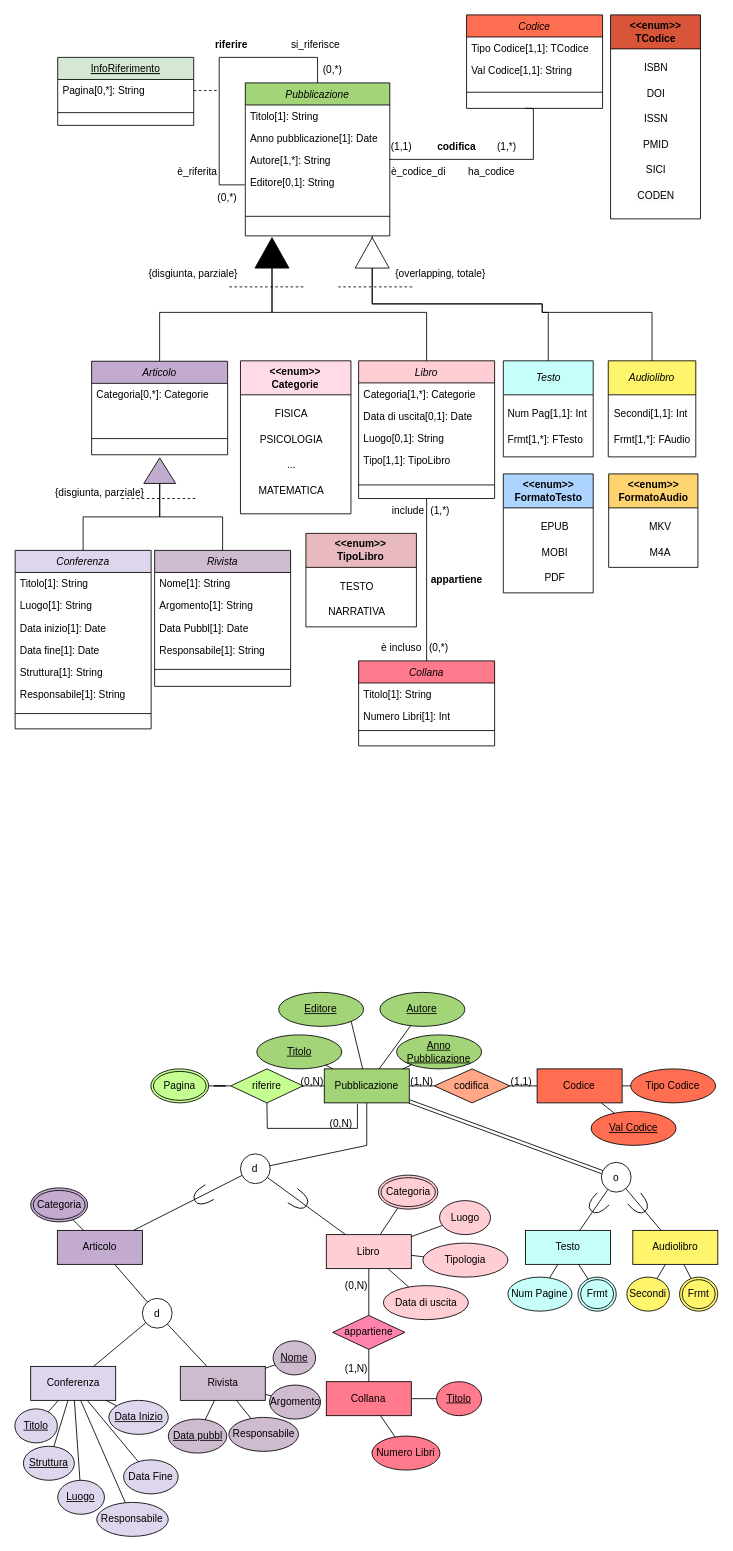
Earlier version of the draw.io diagram elibrary.drawio (GritHat/diagrams-draw.io). Source tidied: cells renumbered, new cells numbered last; positions are measured from the earlier drawing's top-left corner, leaving out a move shared by most shapes. Both pictures are drawn from the tidied source at 85%, with x=0, y=0 at pixel (14, 14).
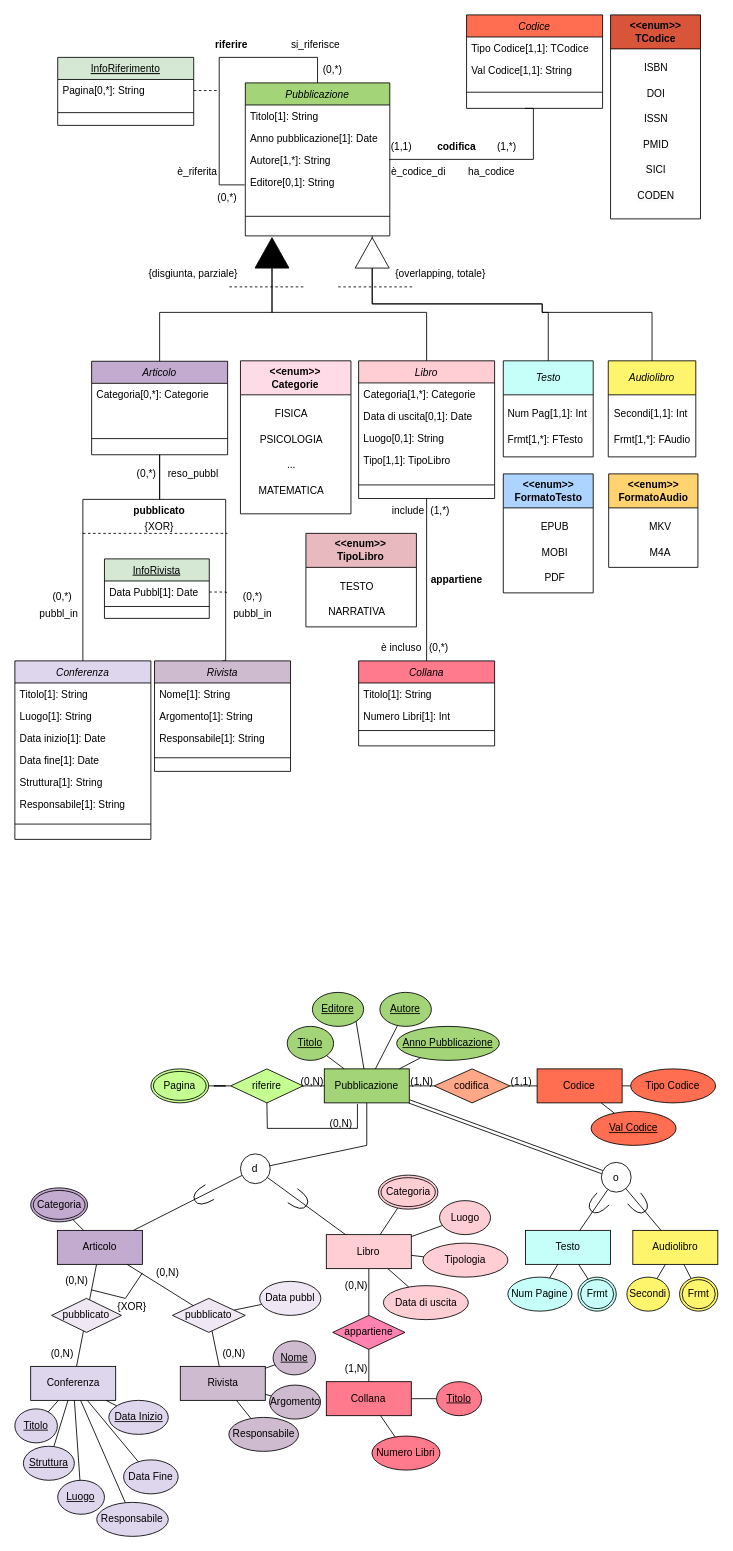
The same page after the edit.

The change refers to these unchanged cells:
```xml
<mxCell id="22" value="Articolo" style="swimlane;fontStyle=2;align=center;verticalAlign=top;horizontal=1;startSize=26;rounded=0;shadow=0;strokeWidth=1;fillColor=#C3ABD0;" parent="1" vertex="1">
  <mxGeometry x="90.3" y="407.5" width="160" height="110" as="geometry" />
</mxCell>
<mxCell id="102" value="Articolo" style="whiteSpace=wrap;html=1;align=center;fillColor=#C3ABD0;" parent="1" vertex="1">
  <mxGeometry x="50" y="1430" width="100" height="40" as="geometry" />
</mxCell>
<mxCell id="104" value="Conferenza" style="whiteSpace=wrap;html=1;align=center;fillColor=#DED6ED;" parent="1" vertex="1">
  <mxGeometry x="18.6" y="1590" width="100" height="40" as="geometry" />
</mxCell>
<mxCell id="105" value="Rivista" style="whiteSpace=wrap;html=1;align=center;fillColor=#CFBBD0;" parent="1" vertex="1">
  <mxGeometry x="194.6" y="1590" width="100" height="40" as="geometry" />
</mxCell>
```

The edit, as a diff of the source:
```diff
@@
+    <mxCell id="204" style="edgeStyle=orthogonalEdgeStyle;rounded=0;jettySize=auto;html=1;entryX=0.5;entryY=0;entryDx=0;entryDy=0;endArrow=none;startFill=0;" parent="1" edge="1" source="22" target="32">
+      <mxGeometry relative="1" as="geometry">
+        <Array as="points">
+          <mxPoint x="170" y="570" />
+          <mxPoint x="80" y="570" />
+        </Array>
+      </mxGeometry>
+    </mxCell>
+    <mxCell id="205" style="edgeStyle=orthogonalEdgeStyle;rounded=0;jettySize=auto;html=1;entryX=0.5;entryY=0;entryDx=0;entryDy=0;endArrow=none;startFill=0;" parent="1" edge="1" source="22" target="26">
+      <mxGeometry relative="1" as="geometry">
+        <Array as="points">
+          <mxPoint x="170" y="570" />
+          <mxPoint x="248" y="570" />
+        </Array>
+      </mxGeometry>
+    </mxCell>
@@
     <mxCell id="26" value="Rivista" style="swimlane;fontStyle=2;align=center;verticalAlign=top;horizontal=1;startSize=26;rounded=0;shadow=0;strokeWidth=1;fillColor=#CFBBD0;" parent="1" vertex="1">
-      <mxGeometry x="164.4" y="630" width="160" height="160" as="geometry" />
+      <mxGeometry x="164.3" y="760" width="160" height="130" as="geometry" />
     </mxCell>
@@
-    <mxCell id="29" value="Data Pubbl[1]: Date" style="text;align=left;verticalAlign=top;spacingLeft=4;spacingRight=4;overflow=hidden;points=[[0,0.5],[1,0.5]];portConstraint=eastwest;rounded=0;shadow=0;html=0;" parent="26" vertex="1">
-      <mxGeometry y="78" width="160" height="26" as="geometry" />
-    </mxCell>
     <mxCell id="30" value="Responsabile[1]: String" style="text;align=left;verticalAlign=top;spacingLeft=4;spacingRight=4;overflow=hidden;rounded=0;shadow=0;html=0;" parent="26" vertex="1">
-      <mxGeometry y="104" width="160" height="26" as="geometry" />
+      <mxGeometry y="78" width="160" height="26" as="geometry" />
     </mxCell>
     <mxCell id="31" style="line;html=1;strokeWidth=1;align=left;verticalAlign=middle;spacingTop=-1;spacingLeft=3;spacingRight=3;labelPosition=right;" parent="26" vertex="1">
-      <mxGeometry y="130" width="160" height="20" as="geometry" />
+      <mxGeometry y="104" width="160" height="20" as="geometry" />
     </mxCell>
     <mxCell id="32" value="Conferenza" style="swimlane;fontStyle=2;align=center;verticalAlign=top;horizontal=1;startSize=26;rounded=0;shadow=0;strokeWidth=1;fillColor=#DED6ED;" parent="1" vertex="1">
-      <mxGeometry x="0.3" y="630" width="160" height="210" as="geometry" />
+      <mxGeometry y="760" width="160" height="210" as="geometry" />
     </mxCell>
@@
-    <mxCell id="83" style="edgeStyle=orthogonalEdgeStyle;rounded=0;jettySize=auto;html=1;endArrow=none;startFill=0;" parent="1" edge="1" source="85" target="32">
-      <mxGeometry relative="1" as="geometry" />
-    </mxCell>
-    <mxCell id="84" style="edgeStyle=orthogonalEdgeStyle;rounded=0;jettySize=auto;html=1;endArrow=none;startFill=0;" parent="1" edge="1" source="85" target="26">
-      <mxGeometry relative="1" as="geometry" />
-    </mxCell>
-    <mxCell id="85" style="triangle;whiteSpace=wrap;html=1;verticalAlign=top;fillColor=#C3ABD0;fontStyle=0;startSize=26;rounded=0;shadow=0;strokeWidth=1;rotation=-90;" parent="1" vertex="1">
-      <mxGeometry x="155.4" y="517.5" width="30" height="37.5" as="geometry" />
-    </mxCell>
@@
-    <mxCell id="88" style="endArrow=none;dashed=1;html=1;rounded=0;" parent="1" edge="1">
-      <mxGeometry relative="1" as="geometry">
-        <mxPoint x="125.3" y="569" as="sourcePoint" />
-        <mxPoint x="215.4" y="569" as="targetPoint" />
-      </mxGeometry>
-    </mxCell>
-    <mxCell id="89" value="{disgiunta, parziale}" style="text;html=1;align=center;verticalAlign=middle;whiteSpace=wrap;rounded=0;" parent="1" vertex="1">
-      <mxGeometry x="40.3" y="547" width="120" height="30" as="geometry" />
-    </mxCell>
@@
     <mxCell id="109" value="&lt;u&gt;Autore&lt;/u&gt;" style="ellipse;whiteSpace=wrap;html=1;align=center;fillColor=#A3D478;" parent="1" vertex="1">
-      <mxGeometry x="429.4" y="1150" width="100" height="40" as="geometry" />
+      <mxGeometry x="429.4" y="1150" width="60.6" height="40" as="geometry" />
     </mxCell>
     <mxCell id="110" value="&lt;u&gt;Titolo&lt;/u&gt;" style="ellipse;whiteSpace=wrap;html=1;align=center;fillColor=#A3D478;" parent="1" vertex="1">
-      <mxGeometry x="284.6" y="1200" width="100" height="40" as="geometry" />
+      <mxGeometry x="320.4" y="1190" width="54.6" height="40" as="geometry" />
     </mxCell>
     <mxCell id="111" value="&lt;u&gt;Anno Pubblicazione&lt;/u&gt;" style="ellipse;whiteSpace=wrap;html=1;align=center;fillColor=#A3D478;" parent="1" vertex="1">
-      <mxGeometry x="449.1" y="1200" width="100" height="40" as="geometry" />
+      <mxGeometry x="449.1" y="1190" width="120.9" height="40" as="geometry" />
     </mxCell>
     <mxCell id="112" value="&lt;u&gt;Editore&lt;/u&gt;" style="ellipse;whiteSpace=wrap;html=1;align=center;fillColor=#A3D478;" parent="1" vertex="1">
-      <mxGeometry x="310.3" y="1150" width="100" height="40" as="geometry" />
+      <mxGeometry x="350" y="1150" width="60.3" height="40" as="geometry" />
     </mxCell>
@@
-    <mxCell id="131" value="Data pubbl" style="ellipse;whiteSpace=wrap;html=1;align=center;fontStyle=4;fillColor=#CFBBD0;" parent="1" vertex="1">
-      <mxGeometry x="180.5" y="1652" width="68.8" height="40" as="geometry" />
-    </mxCell>
@@
-    <mxCell id="163" style="endArrow=none;html=1;rounded=0;" parent="1" edge="1" source="105" target="131">
+    <mxCell id="163" style="endArrow=none;html=1;rounded=0;" parent="1" edge="1" source="213" target="131">
       <mxGeometry relative="1" as="geometry" />
     </mxCell>
@@
-    <mxCell id="189" value="d" style="ellipse;whiteSpace=wrap;html=1;" parent="1" vertex="1">
-      <mxGeometry x="150" y="1510" width="35" height="35" as="geometry" />
-    </mxCell>
-    <mxCell id="190" style="endArrow=none;html=1;rounded=0;" parent="1" edge="1" source="189" target="102">
+    <mxCell id="190" style="endArrow=none;html=1;rounded=0;" parent="1" edge="1" source="212" target="102">
       <mxGeometry relative="1" as="geometry" />
     </mxCell>
-    <mxCell id="191" style="endArrow=none;html=1;rounded=0;" parent="1" edge="1" source="104" target="189">
+    <mxCell id="191" style="endArrow=none;html=1;rounded=0;" parent="1" edge="1" source="104" target="212">
       <mxGeometry relative="1" as="geometry" />
     </mxCell>
-    <mxCell id="192" style="endArrow=none;html=1;rounded=0;" parent="1" edge="1" source="105" target="189">
+    <mxCell id="192" style="endArrow=none;html=1;rounded=0;" parent="1" edge="1" source="105" target="213">
       <mxGeometry relative="1" as="geometry" />
     </mxCell>
@@
+    <mxCell id="206" style="endArrow=none;dashed=1;html=1;rounded=0;" parent="1" edge="1">
+      <mxGeometry relative="1" as="geometry">
+        <mxPoint x="80" y="610" as="sourcePoint" />
+        <mxPoint x="250" y="610" as="targetPoint" />
+      </mxGeometry>
+    </mxCell>
+    <mxCell id="207" value="{XOR}" style="text;html=1;align=center;verticalAlign=middle;whiteSpace=wrap;rounded=0;" parent="1" vertex="1">
+      <mxGeometry x="140.4" y="587" width="60" height="30" as="geometry" />
+    </mxCell>
+    <mxCell id="208" value="&lt;b&gt;pubblicato&lt;/b&gt;" style="text;html=1;align=center;verticalAlign=middle;whiteSpace=wrap;rounded=0;" parent="1" vertex="1">
+      <mxGeometry x="140.3" y="569" width="60" height="30" as="geometry" />
+    </mxCell>
+    <mxCell id="209" value="pubbl_in" style="text;html=1;align=center;verticalAlign=middle;whiteSpace=wrap;rounded=0;" parent="1" vertex="1">
+      <mxGeometry x="22.1" y="690" width="60" height="30" as="geometry" />
+    </mxCell>
+    <mxCell id="210" value="pubbl_in" style="text;html=1;align=center;verticalAlign=middle;whiteSpace=wrap;rounded=0;" parent="1" vertex="1">
+      <mxGeometry x="250.3" y="690" width="60" height="30" as="geometry" />
+    </mxCell>
+    <mxCell id="211" value="reso_pubbl" style="text;html=1;align=center;verticalAlign=middle;whiteSpace=wrap;rounded=0;" parent="1" vertex="1">
+      <mxGeometry x="180.3" y="525" width="60" height="30" as="geometry" />
+    </mxCell>
+    <mxCell id="212" value="pubblicato" style="rhombus;whiteSpace=wrap;html=1;fillColor=#EFE7F3;" parent="1" vertex="1">
+      <mxGeometry x="43.2" y="1510" width="82.2" height="40" as="geometry" />
+    </mxCell>
+    <mxCell id="213" value="pubblicato" style="rhombus;whiteSpace=wrap;html=1;fillColor=#EFE7F3;" parent="1" vertex="1">
+      <mxGeometry x="185.3" y="1510" width="85.7" height="40" as="geometry" />
+    </mxCell>
+    <mxCell id="214" style="endArrow=none;html=1;rounded=0;" parent="1" edge="1" source="213" target="102">
+      <mxGeometry relative="1" as="geometry" />
+    </mxCell>
+    <mxCell id="215" value="(0,*)" style="text;html=1;align=center;verticalAlign=middle;whiteSpace=wrap;rounded=0;" parent="1" vertex="1">
+      <mxGeometry x="250.3" y="670" width="60" height="30" as="geometry" />
+    </mxCell>
+    <mxCell id="216" value="(0,*)" style="text;html=1;align=center;verticalAlign=middle;whiteSpace=wrap;rounded=0;" parent="1" vertex="1">
+      <mxGeometry x="25.6" y="670" width="60" height="30" as="geometry" />
+    </mxCell>
+    <mxCell id="217" value="(0,*)" style="text;html=1;align=center;verticalAlign=middle;whiteSpace=wrap;rounded=0;" parent="1" vertex="1">
+      <mxGeometry x="125.3" y="525" width="60" height="30" as="geometry" />
+    </mxCell>
+    <mxCell id="218" value="(0,N)" style="text;html=1;align=center;verticalAlign=middle;whiteSpace=wrap;rounded=0;" parent="1" vertex="1">
+      <mxGeometry x="150" y="1465" width="60" height="30" as="geometry" />
+    </mxCell>
+    <mxCell id="219" value="(0,N)" style="text;html=1;align=center;verticalAlign=middle;whiteSpace=wrap;rounded=0;" parent="1" vertex="1">
+      <mxGeometry x="43.2" y="1475" width="60" height="30" as="geometry" />
+    </mxCell>
+    <mxCell id="220" value="(0,N)" style="text;html=1;align=center;verticalAlign=middle;whiteSpace=wrap;rounded=0;" parent="1" vertex="1">
+      <mxGeometry x="25.6" y="1560" width="60" height="30" as="geometry" />
+    </mxCell>
+    <mxCell id="221" value="(0,N)" style="text;html=1;align=center;verticalAlign=middle;whiteSpace=wrap;rounded=0;" parent="1" vertex="1">
+      <mxGeometry x="228" y="1560" width="60" height="30" as="geometry" />
+    </mxCell>
+    <mxCell id="222" style="endArrow=none;html=1;rounded=0;entryX=0;entryY=0.5;entryDx=0;entryDy=0;" parent="1" edge="1" target="218">
+      <mxGeometry relative="1" as="geometry">
+        <mxPoint x="90" y="1500" as="sourcePoint" />
+        <Array as="points">
+          <mxPoint x="130" y="1510" />
+        </Array>
+      </mxGeometry>
+    </mxCell>
+    <mxCell id="223" value="{XOR}" style="text;html=1;align=center;verticalAlign=middle;whiteSpace=wrap;rounded=0;" parent="1" vertex="1">
+      <mxGeometry x="108.4" y="1505" width="60" height="30" as="geometry" />
+    </mxCell>
+    <mxCell id="224" value="InfoRivista" style="swimlane;fontStyle=4;align=center;verticalAlign=top;horizontal=1;startSize=26;rounded=0;shadow=0;strokeWidth=1;fillColor=#D5E8D4;" parent="1" vertex="1">
+      <mxGeometry x="105.4" y="640" width="123.3" height="70" as="geometry" />
+    </mxCell>
+    <mxCell id="225" style="edgeStyle=orthogonalEdgeStyle;rounded=0;jettySize=auto;html=1;endArrow=none;startFill=0;dashed=1;" parent="224" edge="1" source="29">
+      <mxGeometry relative="1" as="geometry">
+        <mxPoint x="144.6" y="40" as="targetPoint" />
+      </mxGeometry>
+    </mxCell>
+    <mxCell id="29" value="Data Pubbl[1]: Date" style="text;align=left;verticalAlign=top;spacingLeft=4;spacingRight=4;overflow=hidden;points=[[0,0.5],[1,0.5]];portConstraint=eastwest;" parent="224" vertex="1">
+      <mxGeometry y="26" width="123.3" height="26" as="geometry" />
+    </mxCell>
+    <mxCell id="226" style="line;html=1;strokeWidth=1;align=left;verticalAlign=middle;spacingTop=-1;spacingLeft=3;spacingRight=3;labelPosition=right;" parent="224" vertex="1">
+      <mxGeometry y="52" width="123.3" height="8" as="geometry" />
+    </mxCell>
+    <mxCell id="131" value="Data pubbl" style="ellipse;whiteSpace=wrap;html=1;align=center;fillColor=#EFE7F3;" parent="1" vertex="1">
+      <mxGeometry x="288" y="1490" width="72" height="40" as="geometry" />
+    </mxCell>
```
